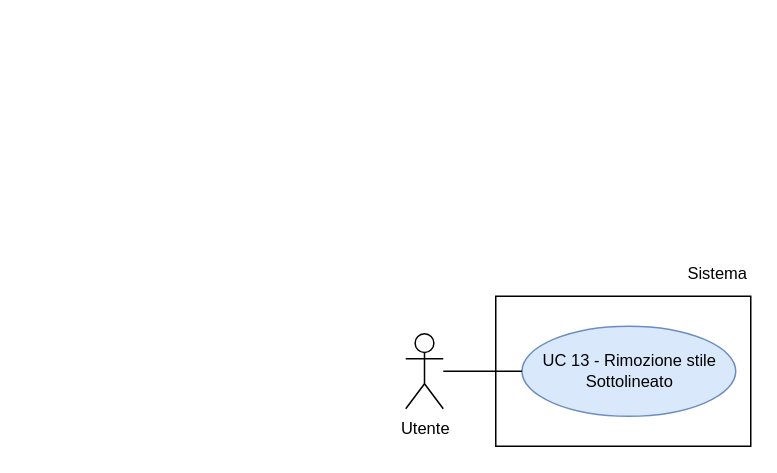
Before: RTB/doc_esterna/analisi-dei-requisiti/assets/draw.io/UC13.drawio in thebitless-group-swe/thebitless.github.io, a draw.io diagram. Source tidied: cells renumbered, new cells numbered last; positions are measured from the earlier drawing's top-left corner, leaving out a move shared by most shapes. Both pictures are drawn from the tidied source at 150%, with x=0, y=0 at pixel (405, 250).
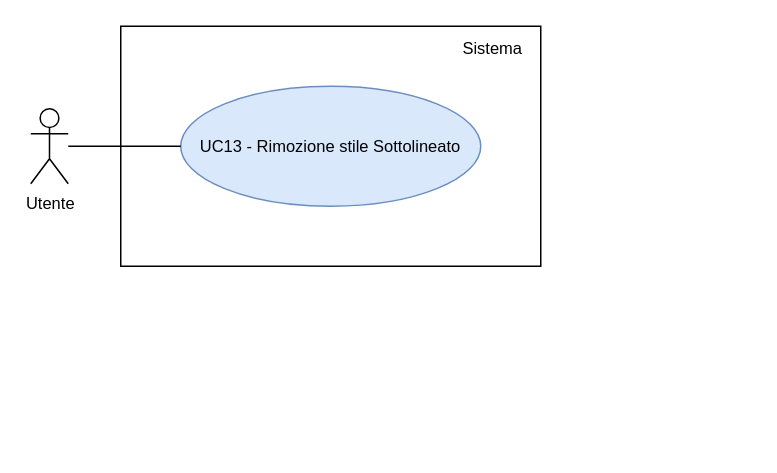
The same page after the edit.

The edit, as a diff of the source:
```diff
@@
 <mxGraphModel>
   <root>
     <mxCell id="0" />
     <mxCell id="1" parent="0" />
     <mxCell id="2" value="Utente" style="shape=umlActor;verticalLabelPosition=bottom;verticalAlign=top;html=1;outlineConnect=0;fontSize=11;" parent="1" vertex="1">
-      <mxGeometry y="55" width="25" height="50" as="geometry" />
+      <mxGeometry x="-250" y="-95" width="25" height="50" as="geometry" />
     </mxCell>
-    <mxCell id="3" style="rounded=0;whiteSpace=wrap;html=1;strokeWidth=1;" parent="1" vertex="1">
-      <mxGeometry x="60" y="30" width="170" height="100" as="geometry" />
-    </mxCell>
+    <mxCell id="8" style="rounded=0;whiteSpace=wrap;html=1;strokeWidth=1;" parent="1" vertex="1">
+      <mxGeometry x="-190" y="-150" width="280" height="160" as="geometry" />
+    </mxCell>
     <mxCell id="4" value="Sistema" style="text;html=1;whiteSpace=wrap;strokeColor=none;fillColor=none;align=right;verticalAlign=middle;fontSize=11;" parent="1" vertex="1">
-      <mxGeometry x="170" width="60" height="30" as="geometry" />
+      <mxGeometry x="10" y="-145" width="70" height="20" as="geometry" />
     </mxCell>
-    <mxCell id="5" value="UC 13 - Rimozione stile Sottolineato" style="ellipse;whiteSpace=wrap;html=1;fillColor=#dae8fc;strokeColor=#6c8ebf;fontSize=11;" parent="1" vertex="1">
-      <mxGeometry x="77.5" y="50" width="142.5" height="60" as="geometry" />
-    </mxCell>
-    <mxCell id="6" style="edgeStyle=none;rounded=0;jettySize=auto;html=1;endArrow=none;endFill=0;" parent="1" edge="1" source="2" target="5">
-      <mxGeometry relative="1" as="geometry" />
-    </mxCell>
-    <mxCell id="7" style="edgeStyle=orthogonalEdgeStyle;rounded=0;orthogonalLoop=1;jettySize=auto;html=1;exitX=0.5;exitY=1;exitDx=0;exitDy=0;" parent="1" edge="1" source="4" target="4">
-      <mxGeometry relative="1" as="geometry" />
-    </mxCell>
+    <mxCell id="9" value="UC13 - Rimozione stile Sottolineato" style="ellipse;whiteSpace=wrap;html=1;fillColor=#dae8fc;strokeColor=#6c8ebf;fontSize=11;" parent="1" vertex="1">
+      <mxGeometry x="-150" y="-110" width="200" height="80" as="geometry" />
+    </mxCell>
+    <mxCell id="10" style="edgeStyle=none;rounded=0;jettySize=auto;html=1;endArrow=none;endFill=0;" parent="1" edge="1" source="2" target="9">
+      <mxGeometry relative="1" as="geometry" />
+    </mxCell>
   </root>
 </mxGraphModel>
```
